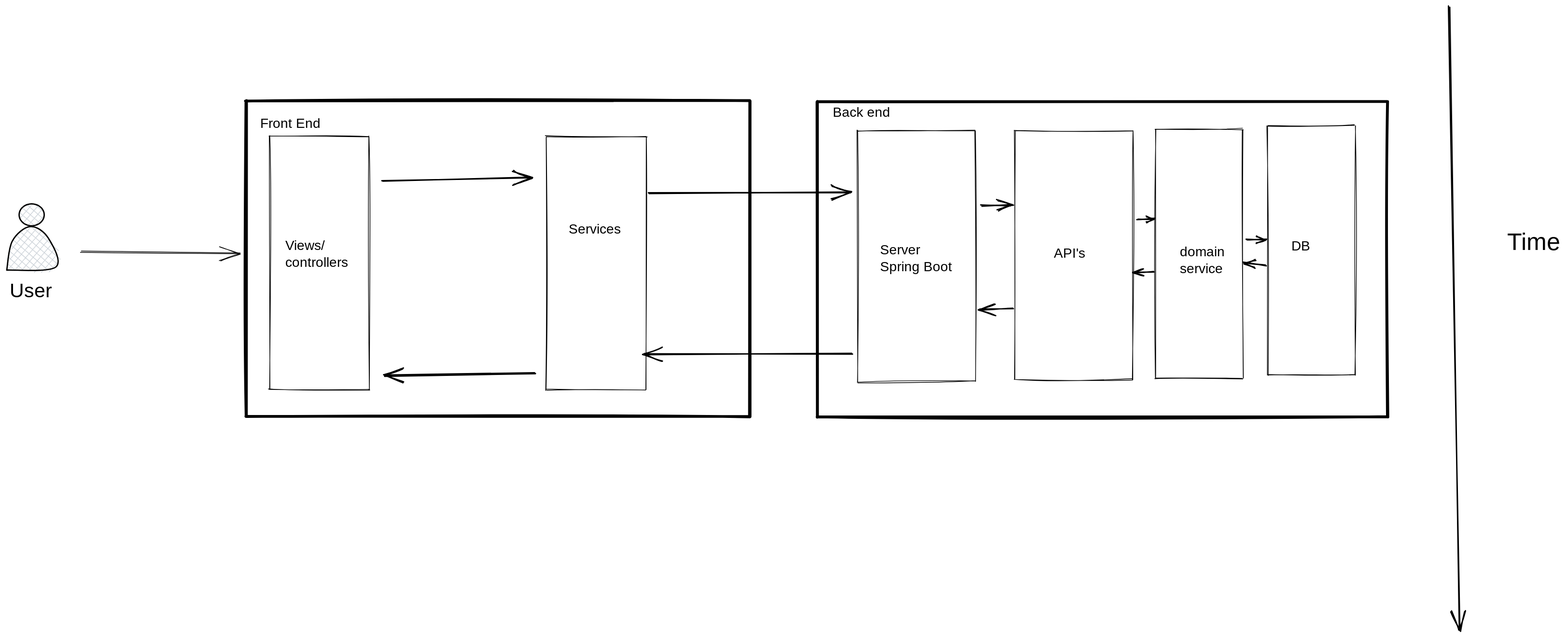
The Excalidraw diagram informations/completeOverview.excalidraw.svg in RaghavendraAchari/atom-react, before a commit. Source tidied: one line per element, renumbered; positions are measured from the earlier drawing's top-left corner, leaving out a move shared by most shapes. The source it was exported from:
```json
{"id": 0, "type": "rectangle", "strokeColor": "#000000", "strokeWidth": 1, "roughness": 1, "x": 1259, "y": 183, "width": 174, "height": 372}
{"id": 1, "type": "rectangle", "strokeColor": "#000000", "strokeWidth": 1, "roughness": 1, "x": 1491, "y": 183, "width": 174, "height": 369}
{"id": 2, "type": "rectangle", "strokeColor": "#000000", "strokeWidth": 1, "roughness": 1, "x": 1699, "y": 182, "width": 130, "height": 369}
{"id": 3, "type": "rectangle", "strokeColor": "#000000", "strokeWidth": 1, "roughness": 1, "x": 1865, "y": 176, "width": 130, "height": 369}
{"id": 4, "type": "text", "text": "Server\nSpring Boot", "strokeColor": "#000000", "strokeWidth": 1, "roughness": 1, "fontSize": 20, "fontFamily": 1, "x": 1292, "y": 348, "width": 114, "height": 50}
{"id": 5, "type": "text", "text": "API's", "strokeColor": "#000000", "strokeWidth": 1, "roughness": 1, "fontSize": 20, "fontFamily": 1, "x": 1549, "y": 353, "width": 54, "height": 25}
{"id": 6, "type": "text", "text": "domain\nservice", "strokeColor": "#000000", "strokeWidth": 1, "roughness": 1, "fontSize": 20, "fontFamily": 1, "x": 1736, "y": 351, "width": 67, "height": 50}
{"id": 7, "type": "text", "text": "DB", "strokeColor": "#000000", "strokeWidth": 1, "roughness": 1, "fontSize": 20, "fontFamily": 1, "x": 1901, "y": 342, "width": 31, "height": 25}
{"id": 8, "type": "rectangle", "strokeColor": "#000000", "strokeWidth": 4, "roughness": 1, "x": 1200, "y": 140, "width": 843, "height": 467}
{"id": 9, "type": "rectangle", "strokeColor": "#000000", "strokeWidth": 4, "roughness": 1, "x": 354, "y": 139, "width": 746, "height": 467}
{"id": 10, "type": "text", "text": "Front End", "strokeColor": "#000000", "strokeWidth": 4, "roughness": 1, "fontSize": 20, "fontFamily": 1, "x": 375, "y": 162, "width": 97, "height": 25}
{"id": 11, "type": "rectangle", "strokeColor": "#000000", "strokeWidth": 1, "roughness": 1, "x": 798, "y": 193, "width": 147, "height": 375}
{"id": 12, "type": "text", "text": "Services", "strokeColor": "#000000", "strokeWidth": 1, "roughness": 1, "fontSize": 20, "fontFamily": 1, "x": 832, "y": 318, "width": 79, "height": 25}
{"id": 13, "type": "text", "text": "User", "strokeColor": "#000000", "backgroundColor": "white", "fillStyle": "solid", "strokeWidth": 1, "roughness": 1, "fontSize": 29.41, "fontFamily": 1, "x": 4, "y": 404, "width": 68, "height": 37}
{"id": 14, "type": "line", "strokeColor": "#000000", "backgroundColor": "#ced4da", "fillStyle": "cross-hatch", "strokeWidth": 2, "roughness": 0, "x": 0, "y": 390, "width": 72, "height": 65, "points": [[0, 0], [8, -43], [35, -65], [61, -47], [72, -4], [0, 0]]}
{"id": 15, "type": "ellipse", "strokeColor": "#000000", "backgroundColor": "#ced4da", "fillStyle": "cross-hatch", "strokeWidth": 2, "roughness": 0, "x": 18, "y": 292, "width": 37, "height": 32}
{"id": 16, "type": "arrow", "strokeColor": "#000000", "strokeWidth": 1, "roughness": 1, "endArrowhead": "arrow", "to": 9, "x": 110, "y": 363, "width": 235, "height": 2, "points": [[0, 0], [235, 2]]}
{"id": 17, "type": "arrow", "strokeColor": "#000000", "strokeWidth": 2, "roughness": 1, "endArrowhead": "arrow", "from": 11, "to": 0, "x": 950, "y": 277, "width": 297, "height": 1, "points": [[0, 0], [297, -1]]}
{"id": 18, "type": "arrow", "strokeColor": "#000000", "strokeWidth": 2, "roughness": 1, "endArrowhead": "arrow", "from": 0, "to": 1, "x": 1442, "y": 294, "width": 44, "height": 0, "points": [[0, 0], [44, 0]]}
{"id": 19, "type": "arrow", "strokeColor": "#000000", "strokeWidth": 2, "roughness": 1, "endArrowhead": "arrow", "from": 2, "x": 1672, "y": 314, "width": 25, "height": 2, "points": [[0, 0], [25, -2]]}
{"id": 20, "type": "arrow", "strokeColor": "#000000", "strokeWidth": 2, "roughness": 1, "endArrowhead": "arrow", "from": 3, "x": 1835, "y": 345, "width": 29, "height": 0, "points": [[0, 0], [29, 0]]}
{"id": 21, "type": "arrow", "strokeColor": "#000000", "strokeWidth": 2, "roughness": 1, "endArrowhead": "arrow", "from": 3, "to": 2, "x": 1863, "y": 384, "width": 33, "height": 6, "points": [[0, 0], [-33, -6]]}
{"id": 22, "type": "arrow", "strokeColor": "#000000", "strokeWidth": 2, "roughness": 1, "endArrowhead": "arrow", "from": 2, "x": 1698, "y": 392, "width": 29, "height": 2, "points": [[0, 0], [-29, 2]]}
{"id": 23, "type": "arrow", "strokeColor": "#000000", "strokeWidth": 2, "roughness": 1, "endArrowhead": "arrow", "from": 1, "to": 0, "x": 1488, "y": 446, "width": 49, "height": 1, "points": [[0, 0], [-49, 1]]}
{"id": 24, "type": "arrow", "strokeColor": "#000000", "strokeWidth": 2, "roughness": 1, "endArrowhead": "arrow", "from": 0, "to": 11, "x": 1251, "y": 514, "width": 308, "height": 1, "points": [[0, 0], [-308, -1]]}
{"id": 25, "type": "arrow", "strokeColor": "#000000", "strokeWidth": 2, "roughness": 1, "endArrowhead": "arrow", "x": 2134, "y": 0, "width": 16, "height": 923, "points": [[0, 0], [16, 923]]}
{"id": 26, "type": "text", "text": "Time", "strokeColor": "#000000", "strokeWidth": 2, "roughness": 1, "fontSize": 36, "fontFamily": 1, "x": 2220, "y": 328, "width": 80, "height": 46}
{"id": 27, "type": "arrow", "strokeColor": "#000000", "strokeWidth": 2, "roughness": 1, "endArrowhead": "arrow", "from": 29, "to": 11, "x": 556, "y": 257, "width": 219, "height": 4, "points": [[0, 0], [219, -4]]}
{"id": 28, "type": "arrow", "strokeColor": "#000000", "strokeWidth": 2, "roughness": 1, "endArrowhead": "arrow", "from": 11, "to": 29, "x": 782, "y": 543, "width": 224, "height": 3, "points": [[0, 0], [-224, 3]]}
{"id": 29, "type": "rectangle", "strokeColor": "#000000", "strokeWidth": 1, "roughness": 1, "x": 389, "y": 192, "width": 147, "height": 375}
{"id": 30, "type": "text", "text": "Views/\ncontrollers", "strokeColor": "#000000", "strokeWidth": 2, "roughness": 1, "fontSize": 20, "fontFamily": 1, "x": 412, "y": 342, "width": 103, "height": 50}
{"id": 31, "type": "text", "text": "Back end", "strokeColor": "#000000", "strokeWidth": 2, "roughness": 1, "fontSize": 20, "fontFamily": 1, "x": 1222, "y": 145, "width": 90, "height": 25}
```
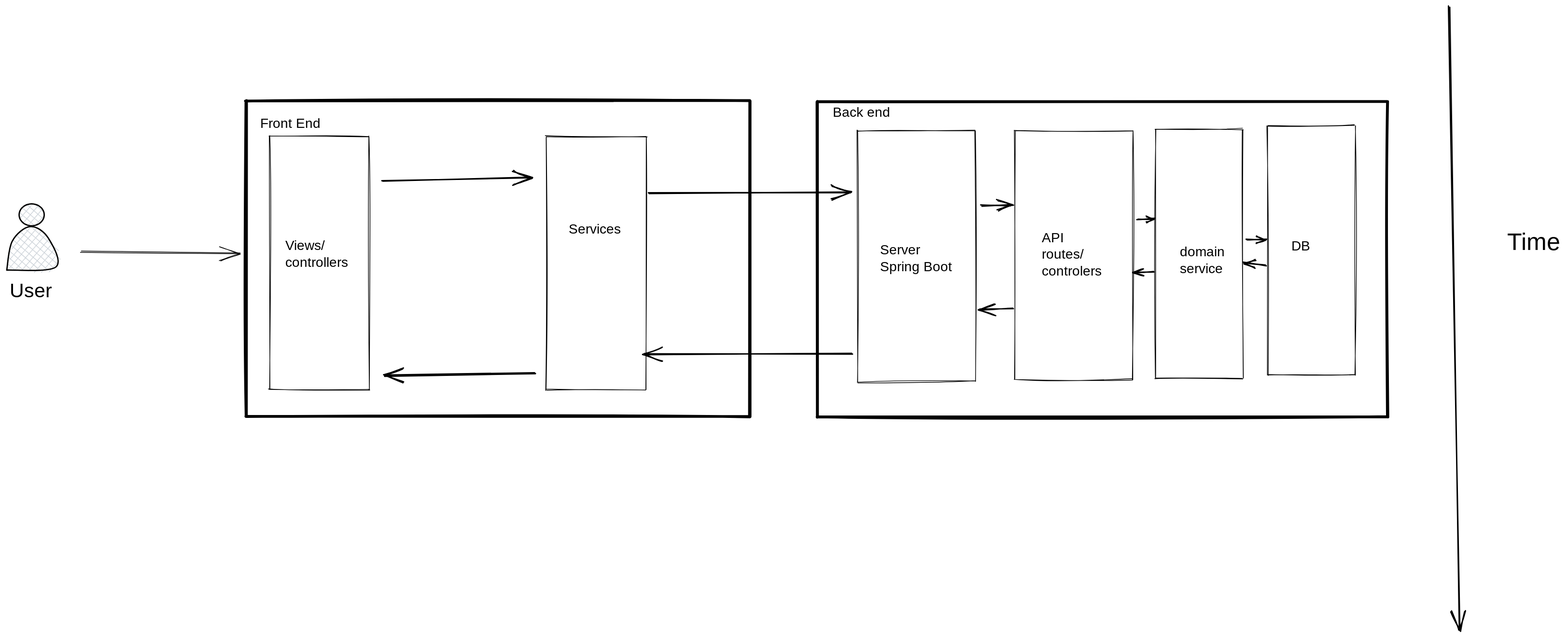
After the commit.

The edit, as a diff of the source:
```diff
@@ -3,7 +3,7 @@
 {"id": 2, "type": "rectangle", "strokeColor": "#000000", "strokeWidth": 1, "roughness": 1, "x": 1699, "y": 182, "width": 130, "height": 369}
 {"id": 3, "type": "rectangle", "strokeColor": "#000000", "strokeWidth": 1, "roughness": 1, "x": 1865, "y": 176, "width": 130, "height": 369}
 {"id": 4, "type": "text", "text": "Server\nSpring Boot", "strokeColor": "#000000", "strokeWidth": 1, "roughness": 1, "fontSize": 20, "fontFamily": 1, "x": 1292, "y": 348, "width": 114, "height": 50}
-{"id": 5, "type": "text", "text": "API's", "strokeColor": "#000000", "strokeWidth": 1, "roughness": 1, "fontSize": 20, "fontFamily": 1, "x": 1549, "y": 353, "width": 54, "height": 25}
+{"id": 5, "type": "text", "text": "API\nroutes/\ncontrolers", "strokeColor": "#000000", "strokeWidth": 1, "roughness": 1, "fontSize": 20, "fontFamily": 1, "x": 1531, "y": 331, "width": 98, "height": 74}
 {"id": 6, "type": "text", "text": "domain\nservice", "strokeColor": "#000000", "strokeWidth": 1, "roughness": 1, "fontSize": 20, "fontFamily": 1, "x": 1736, "y": 351, "width": 67, "height": 50}
 {"id": 7, "type": "text", "text": "DB", "strokeColor": "#000000", "strokeWidth": 1, "roughness": 1, "fontSize": 20, "fontFamily": 1, "x": 1901, "y": 342, "width": 31, "height": 25}
 {"id": 8, "type": "rectangle", "strokeColor": "#000000", "strokeWidth": 4, "roughness": 1, "x": 1200, "y": 140, "width": 843, "height": 467}
```
